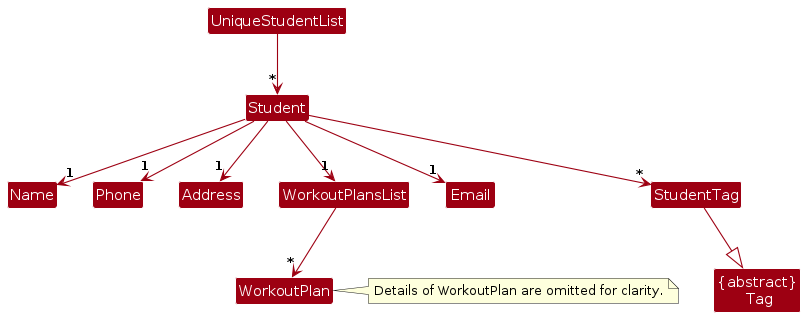
Before: diagrams/ModelEntitiesClassDiagram.png, a diagram exported from PlantUML (AY2627S1-CS2103T-T11-4/tp). Its source is kept beside it as diagrams/ModelEntitiesClassDiagram.puml.
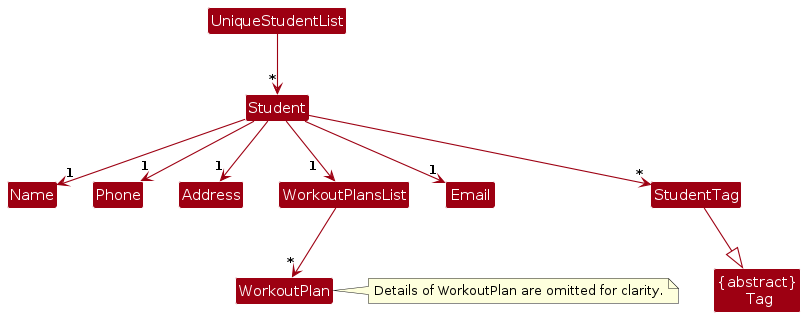
The same file after the commit.

Change to the diagram source:
```diff
@@ -21,7 +21,7 @@
 Student --> "1" Email
 Student --> "1" Address
 Student --> "*" StudentTag
-Student --> "1" WorkoutPlansList
+Student --> "1  " WorkoutPlansList
 WorkoutPlansList --> "*" WorkoutPlan
 
 note right of WorkoutPlan
```
